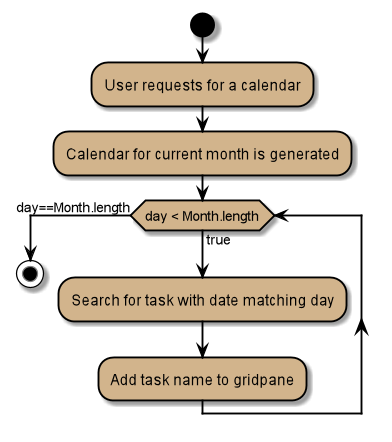
Earlier version of the PlantUML export images/CalendarActivityDiagram.png (AY1920S2-CS2103T-W16-3/main). The source it was exported from:
```plantuml
@startuml
start
skinparam ActivityBackgroundColor #tan
skinparam ActivityBorderColor #black
skinparam activityDiamondBorderColor #black
skinparam activityDiamondBackgroundColor #tan
skinparam arrowColor #black

:User requests for a calendar;

:Calendar for current month is generated;

while (day < Month.length) is (true)
    :Search for task with date matching day;
    :Add task name to gridpane;
endwhile (day==Month.length)
stop
@enduml
```
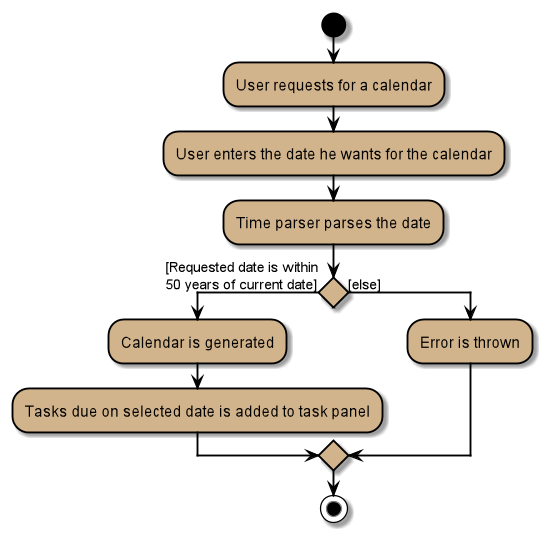
After the commit.

What changed in the source:
```diff
@@ -8,11 +8,19 @@
 
 :User requests for a calendar;
 
-:Calendar for current month is generated;
+label lab1
+:User enters the date he wants for the calendar;
 
-while (day < Month.length) is (true)
-    :Search for task with date matching day;
-    :Add task name to gridpane;
-endwhile (day==Month.length)
+
+:Time parser parses the date;
+
+if () then ([Requested date is within
+50 years of current date])
+
+:Calendar is generated;
+:Tasks due on selected date is added to task panel;
+else ([else])
+:Error is thrown;
+endif
 stop
 @enduml
```
